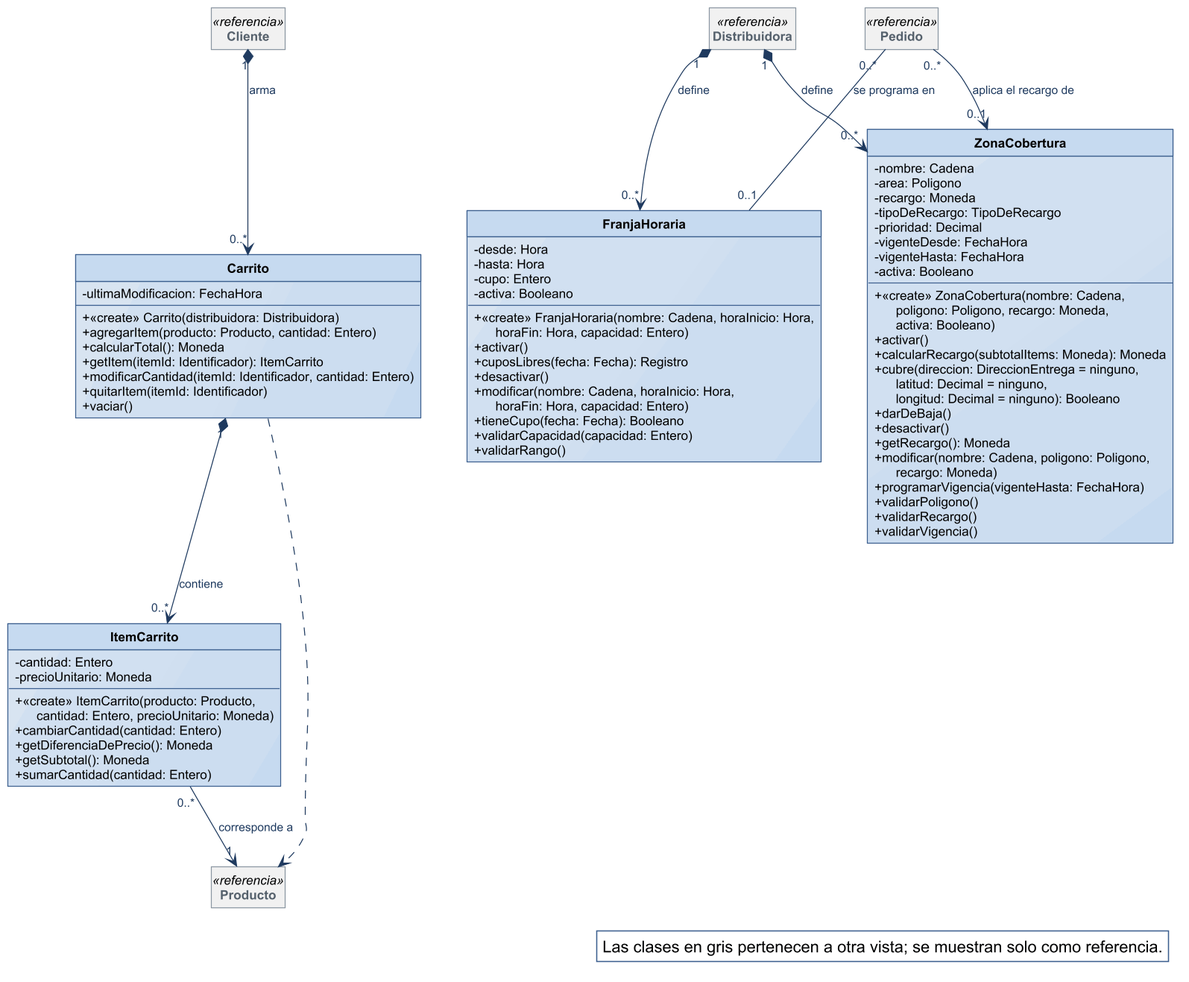
The PlantUML diagram diagramas/clases-diseno/DC_Carrito-franjas-y-cobertura.png in Nahuelito-Dev/splg-docs, before a commit.
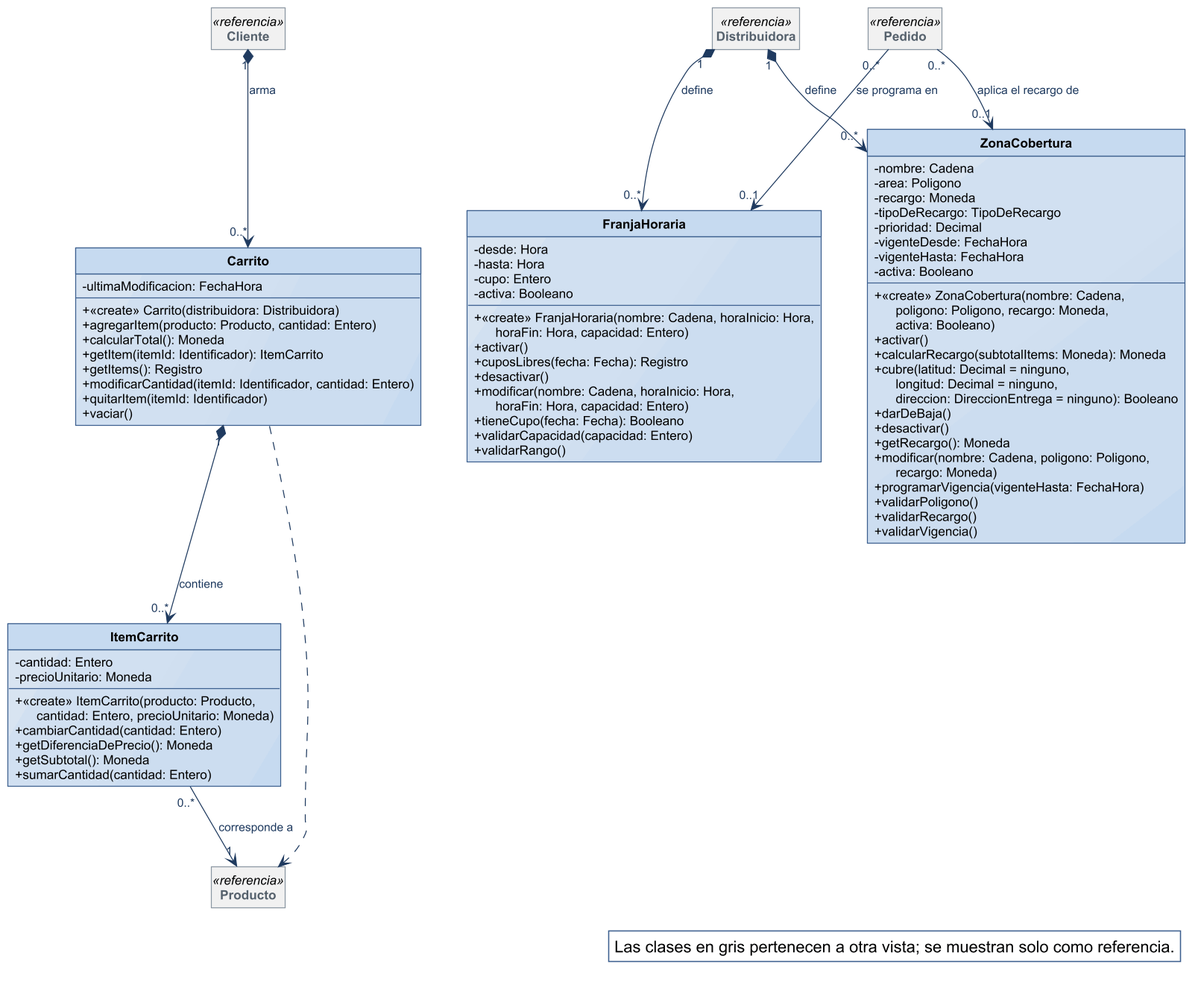
Above is the later version.

Diff of the diagram source:
```diff
@@ -33,6 +33,7 @@
   + agregarItem(producto: Producto, cantidad: Entero)
   + calcularTotal(): Moneda
   + getItem(itemId: Identificador): ItemCarrito
+  + getItems(): Registro
   + modificarCantidad(itemId: Identificador, cantidad: Entero)
   + quitarItem(itemId: Identificador)
   + vaciar()
@@ -72,7 +73,7 @@
   + «create» ZonaCobertura(nombre: Cadena,\n      poligono: Poligono, recargo: Moneda,\n      activa: Booleano)
   + activar()
   + calcularRecargo(subtotalItems: Moneda): Moneda
-  + cubre(direccion: DireccionEntrega = ninguno,\n      latitud: Decimal = ninguno,\n      longitud: Decimal = ninguno): Booleano
+  + cubre(latitud: Decimal = ninguno,\n      longitud: Decimal = ninguno,\n      direccion: DireccionEntrega = ninguno): Booleano
   + darDeBaja()
   + desactivar()
   + getRecargo(): Moneda
@@ -92,7 +93,7 @@
 Cliente "1" *--> "0..*" Carrito : arma
 Carrito "1" *--> "0..*" ItemCarrito : contiene
 ItemCarrito "0..*" --> "1" Producto : corresponde a
-Pedido "0..*" -- "0..1" FranjaHoraria : se programa en
+Pedido "0..*" --> "0..1" FranjaHoraria : se programa en
 Pedido "0..*" --> "0..1" ZonaCobertura : aplica el recargo de
 Carrito ..> Producto
 
```
